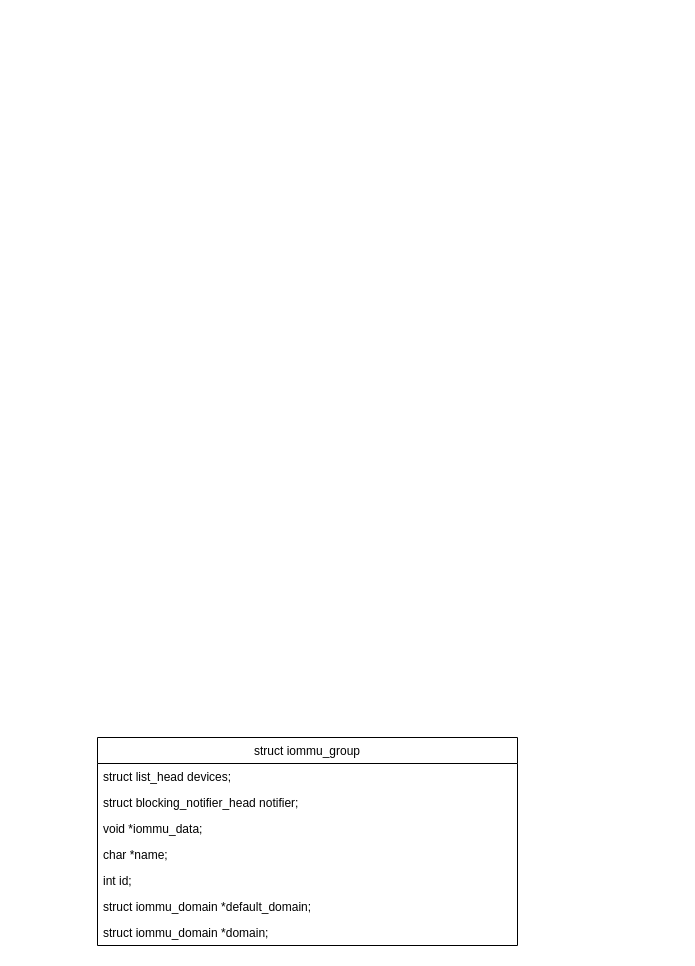
Above: kernel-learn/Doc/iommu/Untitled Diagram.drawio in baiyang0223/linux-learn (draw.io), before the change. Source tidied: cells renumbered, new cells numbered last; positions are measured from the earlier drawing's top-left corner, leaving out a move shared by most shapes. Both pictures are drawn from the tidied source at 100%, with x=0, y=0 at pixel (97, 737).
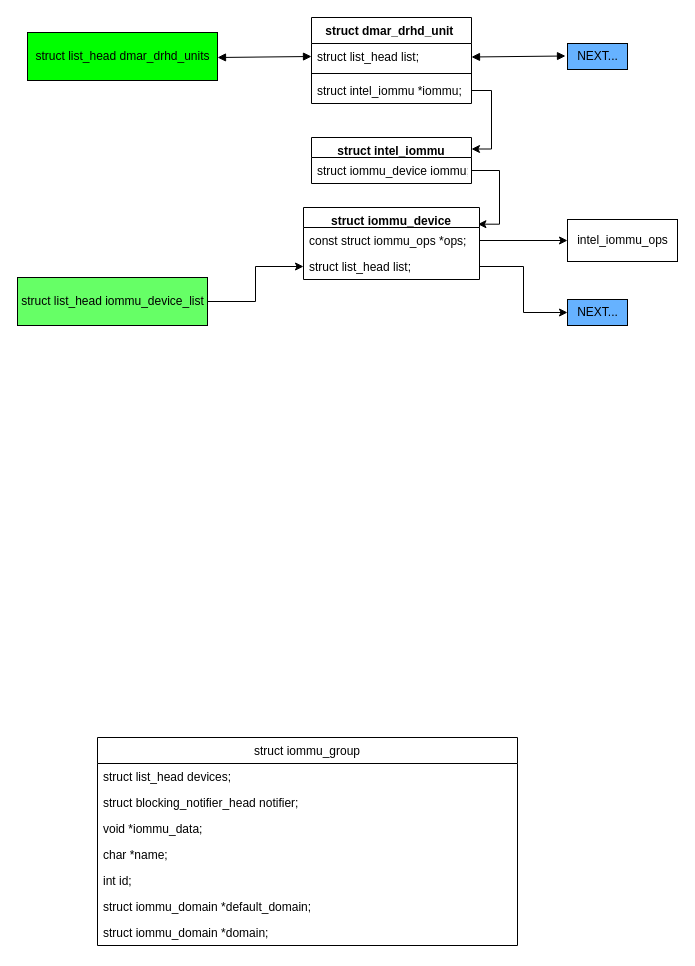
After the change.

Change to the diagram source:
```diff
@@
+    <mxCell id="10" value="struct dmar_drhd_unit " style="swimlane;fontStyle=1;align=center;verticalAlign=top;horizontal=1;startSize=26;" parent="1" vertex="1">
+      <mxGeometry x="214" y="-720" width="160" height="86" as="geometry" />
+    </mxCell>
+    <mxCell id="11" value="struct list_head list;" style="text;strokeColor=none;fillColor=none;align=left;verticalAlign=top;spacingLeft=4;spacingRight=4;overflow=hidden;points=[[0,0.5],[1,0.5]];portConstraint=eastwest;" parent="10" vertex="1">
+      <mxGeometry y="26" width="160" height="26" as="geometry" />
+    </mxCell>
+    <mxCell id="12" style="line;strokeWidth=1;fillColor=none;align=left;verticalAlign=middle;spacingTop=-1;spacingLeft=3;spacingRight=3;labelPosition=right;" parent="10" vertex="1">
+      <mxGeometry y="52" width="160" height="8" as="geometry" />
+    </mxCell>
+    <mxCell id="13" value="struct intel_iommu *iommu;" style="text;strokeColor=none;fillColor=none;align=left;verticalAlign=top;spacingLeft=4;spacingRight=4;overflow=hidden;points=[[0,0.5],[1,0.5]];portConstraint=eastwest;" parent="10" vertex="1">
+      <mxGeometry y="60" width="160" height="26" as="geometry" />
+    </mxCell>
+    <mxCell id="14" value="struct list_head dmar_drhd_units" style="html=1;fillColor=#00FF00;" parent="1" vertex="1">
+      <mxGeometry x="-70" y="-705" width="190" height="48" as="geometry" />
+    </mxCell>
+    <mxCell id="15" value="struct intel_iommu" style="swimlane;fontStyle=1;align=center;verticalAlign=top;horizontal=1;startSize=20;" parent="1" vertex="1">
+      <mxGeometry x="214" y="-600" width="160" height="46" as="geometry" />
+    </mxCell>
+    <mxCell id="16" value="struct iommu_device iommu;" style="text;strokeColor=none;fillColor=none;align=left;verticalAlign=top;spacingLeft=4;spacingRight=4;overflow=hidden;points=[[0,0.5],[1,0.5]];portConstraint=eastwest;" parent="15" vertex="1">
+      <mxGeometry y="20" width="160" height="26" as="geometry" />
+    </mxCell>
+    <mxCell id="17" value="struct iommu_device" style="swimlane;fontStyle=1;align=center;verticalAlign=top;horizontal=1;startSize=20;" parent="1" vertex="1">
+      <mxGeometry x="206" y="-530" width="176" height="72" as="geometry" />
+    </mxCell>
+    <mxCell id="18" value="const struct iommu_ops *ops;" style="text;strokeColor=none;fillColor=none;align=left;verticalAlign=top;spacingLeft=4;spacingRight=4;overflow=hidden;points=[[0,0.5],[1,0.5]];portConstraint=eastwest;" parent="17" vertex="1">
+      <mxGeometry y="20" width="176" height="26" as="geometry" />
+    </mxCell>
+    <mxCell id="19" value="struct list_head list;" style="text;strokeColor=none;fillColor=none;align=left;verticalAlign=top;spacingLeft=4;spacingRight=4;overflow=hidden;points=[[0,0.5],[1,0.5]];portConstraint=eastwest;" parent="17" vertex="1">
+      <mxGeometry y="46" width="176" height="26" as="geometry" />
+    </mxCell>
+    <mxCell id="20" style="edgeStyle=orthogonalEdgeStyle;rounded=0;jettySize=auto;html=1;exitX=1;exitY=0.5;exitDx=0;exitDy=0;entryX=1;entryY=0.25;entryDx=0;entryDy=0;" parent="1" edge="1" source="13" target="15">
+      <mxGeometry relative="1" as="geometry" />
+    </mxCell>
+    <mxCell id="21" style="edgeStyle=orthogonalEdgeStyle;rounded=0;jettySize=auto;html=1;exitX=1;exitY=0.5;exitDx=0;exitDy=0;entryX=0.991;entryY=-0.128;entryDx=0;entryDy=0;entryPerimeter=0;" parent="1" edge="1" source="16" target="18">
+      <mxGeometry relative="1" as="geometry" />
+    </mxCell>
+    <mxCell id="22" value="intel_iommu_ops" style="html=1;" parent="1" vertex="1">
+      <mxGeometry x="470" y="-518" width="110" height="42" as="geometry" />
+    </mxCell>
+    <mxCell id="23" style="edgeStyle=orthogonalEdgeStyle;rounded=0;jettySize=auto;html=1;exitX=1;exitY=0.5;exitDx=0;exitDy=0;" parent="1" edge="1" source="18" target="22">
+      <mxGeometry relative="1" as="geometry" />
+    </mxCell>
+    <mxCell id="24" style="edgeStyle=orthogonalEdgeStyle;rounded=0;jettySize=auto;html=1;entryX=0;entryY=0.5;entryDx=0;entryDy=0;" parent="1" edge="1" source="25" target="19">
+      <mxGeometry relative="1" as="geometry" />
+    </mxCell>
+    <mxCell id="25" value="struct list_head iommu_device_list" style="html=1;fillColor=#66FF66;" parent="1" vertex="1">
+      <mxGeometry x="-80" y="-460" width="190" height="48" as="geometry" />
+    </mxCell>
+    <mxCell id="26" value="NEXT..." style="html=1;fillColor=#66B2FF;" parent="1" vertex="1">
+      <mxGeometry x="470" y="-694" width="60" height="26" as="geometry" />
+    </mxCell>
+    <mxCell id="27" style="endArrow=block;startArrow=block;endFill=1;startFill=1;html=1;entryX=0;entryY=0.5;entryDx=0;entryDy=0;" parent="1" edge="1" target="11">
+      <mxGeometry relative="1" as="geometry">
+        <mxPoint x="120" y="-680" as="sourcePoint" />
+      </mxGeometry>
+    </mxCell>
+    <mxCell id="28" style="endArrow=block;startArrow=block;endFill=1;startFill=1;html=1;entryX=0;entryY=0.5;entryDx=0;entryDy=0;" parent="1" edge="1">
+      <mxGeometry relative="1" as="geometry">
+        <mxPoint x="374" y="-680.5" as="sourcePoint" />
+        <mxPoint x="468" y="-681.5" as="targetPoint" />
+      </mxGeometry>
+    </mxCell>
+    <mxCell id="29" value="NEXT..." style="html=1;fillColor=#66B2FF;" parent="1" vertex="1">
+      <mxGeometry x="470" y="-438" width="60" height="26" as="geometry" />
+    </mxCell>
+    <mxCell id="30" style="edgeStyle=orthogonalEdgeStyle;rounded=0;jettySize=auto;html=1;exitX=1;exitY=0.5;exitDx=0;exitDy=0;entryX=0;entryY=0.5;entryDx=0;entryDy=0;" parent="1" edge="1" source="19" target="29">
+      <mxGeometry relative="1" as="geometry" />
+    </mxCell>
```
